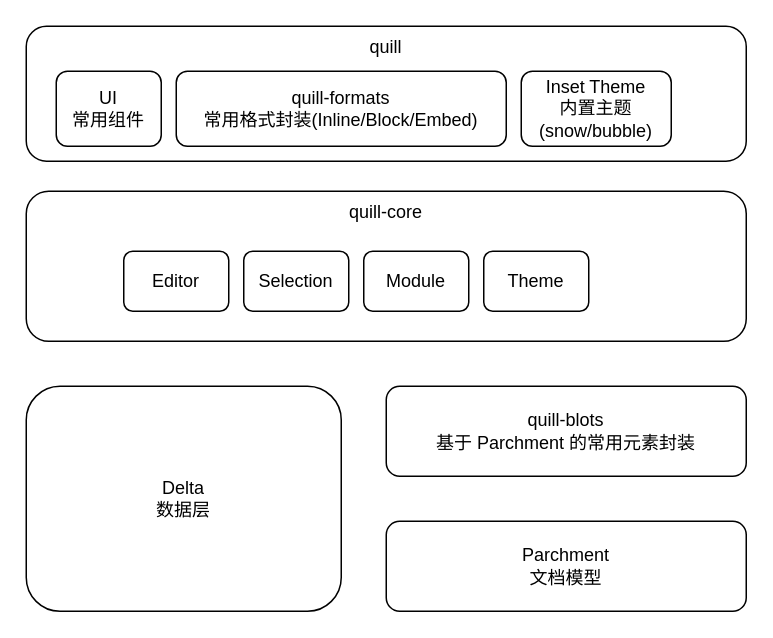
Before: images/未命名绘图.drawio in Zenser/diagrams, a draw.io diagram. Source tidied: cells renumbered, new cells numbered last; positions are measured from the earlier drawing's top-left corner, leaving out a move shared by most shapes. Both pictures are drawn from the tidied source at 150%, with x=0, y=0 at pixel (26, 26).
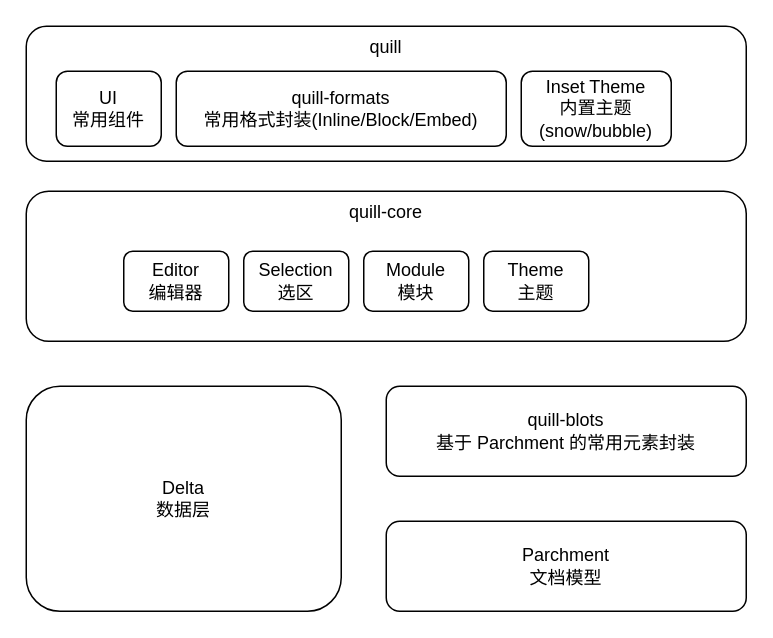
Above is the later version.

What changed in the source:
```diff
@@
 <mxGraphModel>
   <root>
     <mxCell id="0" />
     <mxCell id="1" parent="0" />
     <mxCell id="2" value="quill" style="rounded=1;whiteSpace=wrap;html=1;verticalAlign=top;" parent="1" vertex="1">
       <mxGeometry width="480" height="90" as="geometry" />
     </mxCell>
     <mxCell id="3" value="Delta&lt;br&gt;&lt;div class=&quot;lake-content&quot;&gt;&lt;span class=&quot;ne-text&quot;&gt;数据层&lt;/span&gt;&lt;/div&gt;" style="rounded=1;whiteSpace=wrap;html=1;" parent="1" vertex="1">
       <mxGeometry y="240" width="210" height="150" as="geometry" />
     </mxCell>
     <mxCell id="4" value="Parchment&lt;br&gt;&lt;div class=&quot;lake-content&quot;&gt;文档模型&lt;/div&gt;" style="rounded=1;whiteSpace=wrap;html=1;" parent="1" vertex="1">
       <mxGeometry x="240" y="330" width="240" height="60" as="geometry" />
     </mxCell>
     <mxCell id="5" value="quill-blots&lt;br&gt;基于 Parchment 的常用元素封装" style="rounded=1;whiteSpace=wrap;html=1;" parent="1" vertex="1">
       <mxGeometry x="240" y="240" width="240" height="60" as="geometry" />
     </mxCell>
     <mxCell id="6" value="quill-core&lt;br&gt;" style="rounded=1;whiteSpace=wrap;html=1;verticalAlign=top;" parent="1" vertex="1">
       <mxGeometry y="110" width="480" height="100" as="geometry" />
     </mxCell>
-    <mxCell id="7" value="Editor" style="rounded=1;whiteSpace=wrap;html=1;" parent="1" vertex="1">
+    <mxCell id="7" value="Editor&lt;br&gt;编辑器" style="rounded=1;whiteSpace=wrap;html=1;" parent="1" vertex="1">
       <mxGeometry x="65" y="150" width="70" height="40" as="geometry" />
     </mxCell>
-    <mxCell id="8" value="Selection" style="rounded=1;whiteSpace=wrap;html=1;" parent="1" vertex="1">
+    <mxCell id="8" value="Selection&lt;br&gt;选区" style="rounded=1;whiteSpace=wrap;html=1;" parent="1" vertex="1">
       <mxGeometry x="145" y="150" width="70" height="40" as="geometry" />
     </mxCell>
-    <mxCell id="9" value="Module" style="rounded=1;whiteSpace=wrap;html=1;" parent="1" vertex="1">
+    <mxCell id="9" value="Module&lt;br&gt;模块" style="rounded=1;whiteSpace=wrap;html=1;" parent="1" vertex="1">
       <mxGeometry x="225" y="150" width="70" height="40" as="geometry" />
     </mxCell>
-    <mxCell id="10" value="Theme" style="rounded=1;whiteSpace=wrap;html=1;" parent="1" vertex="1">
+    <mxCell id="10" value="Theme&lt;br&gt;主题" style="rounded=1;whiteSpace=wrap;html=1;" parent="1" vertex="1">
       <mxGeometry x="305" y="150" width="70" height="40" as="geometry" />
     </mxCell>
     <mxCell id="11" value="UI&lt;br&gt;&lt;div class=&quot;lake-content&quot;&gt;常用组件&lt;/div&gt;" style="rounded=1;whiteSpace=wrap;html=1;" parent="1" vertex="1">
       <mxGeometry x="20" y="30" width="70" height="50" as="geometry" />
     </mxCell>
     <mxCell id="12" value="Inset Theme&lt;br&gt;内置主题(snow/bubble)" style="rounded=1;whiteSpace=wrap;html=1;" parent="1" vertex="1">
       <mxGeometry x="330" y="30" width="100" height="50" as="geometry" />
     </mxCell>
     <mxCell id="13" value="quill-formats&lt;br&gt;常用格式封装(Inline/Block/Embed)" style="rounded=1;whiteSpace=wrap;html=1;" parent="1" vertex="1">
       <mxGeometry x="100" y="30" width="220" height="50" as="geometry" />
     </mxCell>
   </root>
 </mxGraphModel>
```
